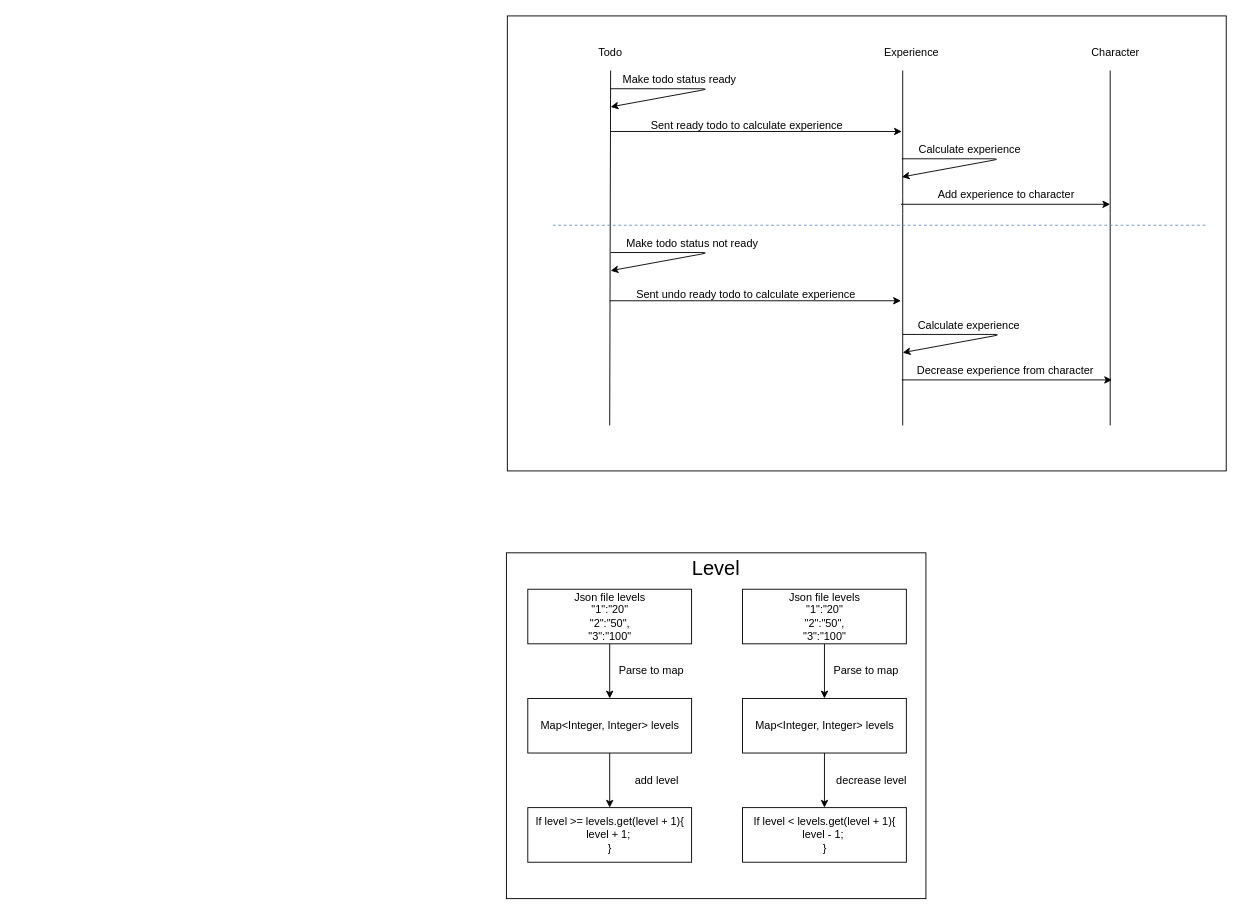
Before: experience moving.drawio in FedosovMax/diagrams, a draw.io diagram. Source tidied: cells renumbered, new cells numbered last; positions are measured from the earlier drawing's top-left corner, leaving out a move shared by most shapes. Both pictures are drawn from the tidied source at 91%, with x=0, y=0 at pixel (506, 15).
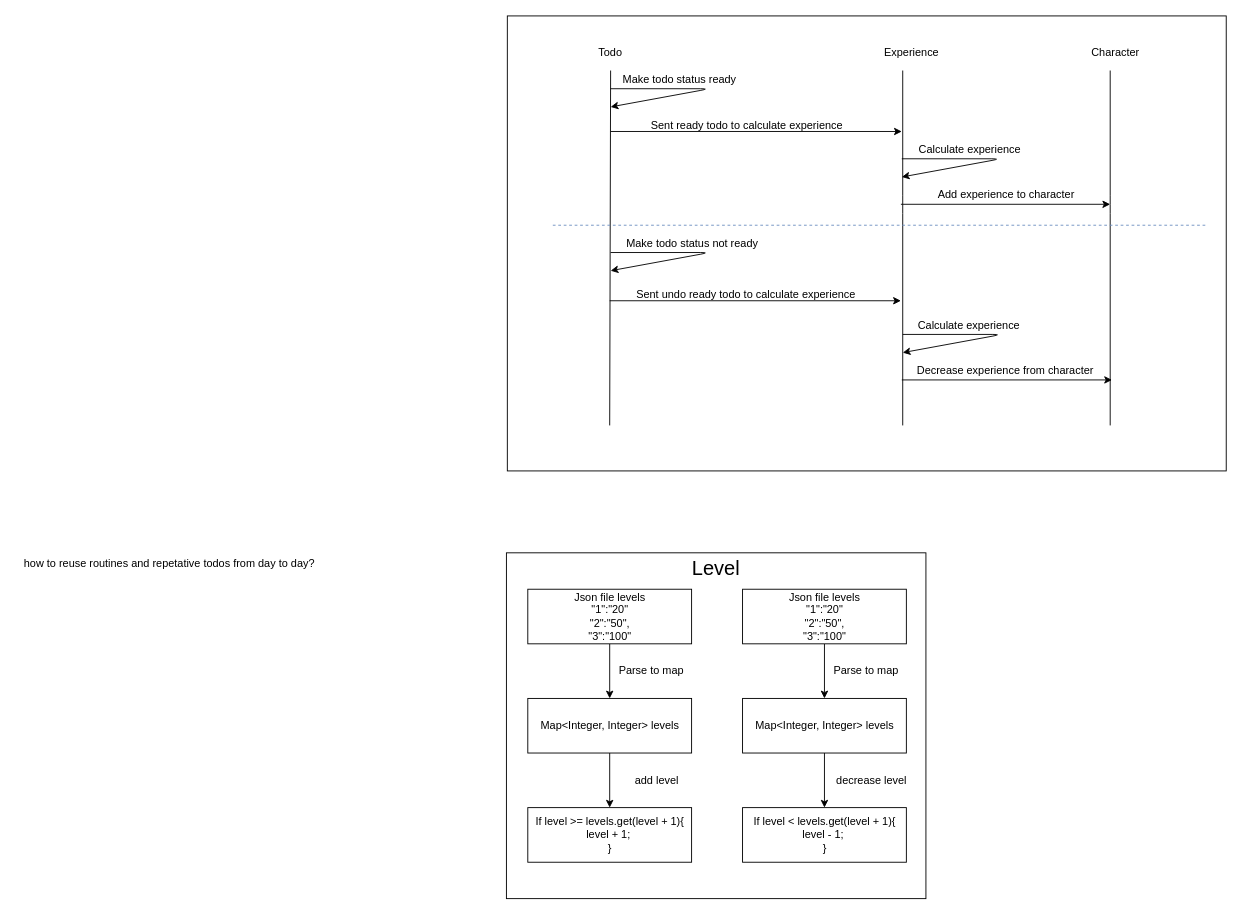
The same page after the edit.

What changed in the source:
```diff
@@
+    <mxCell id="42" value="how to reuse routines and repetative todos from day to day?&amp;nbsp;" style="text;html=1;align=center;verticalAlign=middle;" parent="1" vertex="1">
+      <mxGeometry x="-539" y="592" width="340" height="20" as="geometry" />
+    </mxCell>
```
